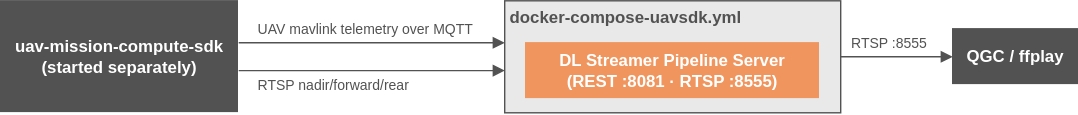
Before: federal-and-aerospace-ai-suite/uav-vision-analytics/docs/user-guide/_assets/FedAero-uav-vision-uavsdk.drawio.svg, a diagram exported from draw.io (open-edge-platform/edge-ai-suites). Source tidied: cells renumbered, new cells last; positions are measured from the earlier drawing's top-left corner, leaving out a move shared by most shapes.
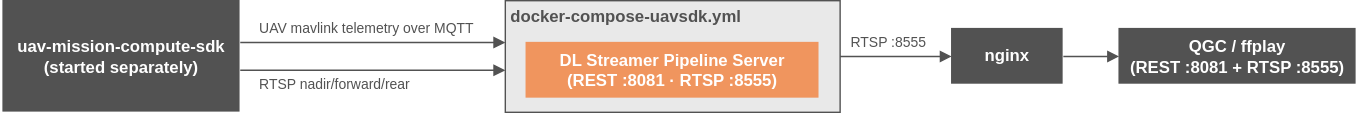
The same file after the commit.

Commit message:
update architecture diagram including nginx

Diff of the diagram source:
```diff
@@ -8,14 +8,11 @@
     <mxCell id="3" value="&lt;div&gt;&lt;b&gt;DL Streamer&amp;nbsp;&lt;/b&gt;&lt;b style=&quot;background-color: transparent; color: light-dark(rgb(255, 255, 255), rgb(26, 26, 26));&quot;&gt;Pipeline Server&lt;/b&gt;&lt;/div&gt;&lt;div&gt;&lt;b&gt;(REST :8081 · RTSP :8555)&lt;/b&gt;&lt;/div&gt;" style="rounded=0;whiteSpace=wrap;html=1;fillColor=#F0955E;fontColor=light-dark(#FFFFFF,#1A1A1A);strokeWidth=4;align=center;verticalAlign=middle;fontFamily=Helvetica;fontSize=12;strokeColor=none;" parent="1" vertex="1">
       <mxGeometry x="375" y="30" width="210" height="40" as="geometry" />
     </mxCell>
-    <mxCell id="4" style="edgeStyle=orthogonalEdgeStyle;rounded=0;jettySize=auto;html=1;endArrow=block;endFill=1;strokeColor=light-dark(#525252,#E9E9E9);jumpStyle=arc;jumpSize=9;entryX=0;entryY=0.5;entryDx=0;entryDy=0;" parent="1" edge="1" target="5">
+    <mxCell id="4" style="edgeStyle=orthogonalEdgeStyle;rounded=0;jettySize=auto;html=1;endArrow=block;endFill=1;strokeColor=light-dark(#525252,#E9E9E9);jumpStyle=arc;jumpSize=9;entryX=0;entryY=0.5;entryDx=0;entryDy=0;" parent="1" edge="1" target="12">
       <mxGeometry relative="1" as="geometry">
         <mxPoint x="600" y="40" as="sourcePoint" />
       </mxGeometry>
     </mxCell>
-    <mxCell id="5" value="&lt;span style=&quot;font-weight: 700;&quot;&gt;QGC / ffplay&lt;/span&gt;" style="rounded=0;whiteSpace=wrap;html=1;fillColor=light-dark(#525252,#A5A5A5);fontColor=#FFFFFF;strokeWidth=4;align=center;verticalAlign=middle;fontFamily=Helvetica;fontSize=12;strokeColor=none;" parent="1" vertex="1">
-      <mxGeometry x="680" y="20" width="90" height="40" as="geometry" />
-    </mxCell>
     <mxCell id="6" value="RTSP :8555" style="text;html=1;align=center;verticalAlign=top;whiteSpace=wrap;rounded=0;fontColor=light-dark(#525252,#E9E9E9);spacing=0;fontSize=10;spacingLeft=4;spacingRight=4;" parent="1" vertex="1">
       <mxGeometry x="600" y="20" width="70" height="20" as="geometry" />
     </mxCell>
@@ -48,5 +45,14 @@
         </Array>
       </mxGeometry>
     </mxCell>
+    <mxCell id="12" value="&lt;span style=&quot;font-weight: 700;&quot;&gt;nginx&lt;/span&gt;" style="rounded=0;whiteSpace=wrap;html=1;fillColor=light-dark(#525252,#A5A5A5);fontColor=#FFFFFF;strokeWidth=4;align=center;verticalAlign=middle;fontFamily=Helvetica;fontSize=12;strokeColor=none;" parent="1" vertex="1">
+      <mxGeometry x="680" y="20" width="80" height="40" as="geometry" />
+    </mxCell>
+    <mxCell id="13" value="&lt;span style=&quot;font-weight: 700;&quot;&gt;QGC / ffplay&lt;/span&gt;&lt;div&gt;&lt;span style=&quot;font-weight: 700;&quot;&gt;(REST :8081 + RTSP :8555)&lt;/span&gt;&lt;/div&gt;" style="rounded=0;whiteSpace=wrap;html=1;fillColor=light-dark(#525252,#A5A5A5);fontColor=#FFFFFF;strokeWidth=4;align=center;verticalAlign=middle;fontFamily=Helvetica;fontSize=12;strokeColor=none;" parent="1" vertex="1">
+      <mxGeometry x="800" y="20" width="170" height="40" as="geometry" />
+    </mxCell>
+    <mxCell id="14" style="edgeStyle=orthogonalEdgeStyle;rounded=0;jettySize=auto;html=1;exitX=1;exitY=0.5;exitDx=0;exitDy=0;entryX=0;entryY=0.5;entryDx=0;entryDy=0;endArrow=block;endFill=1;strokeColor=light-dark(#525252,#E9E9E9);jumpStyle=arc;jumpSize=9;" parent="1" edge="1" source="12" target="13">
+      <mxGeometry relative="1" as="geometry" />
+    </mxCell>
   </root>
 </mxGraphModel>
```
